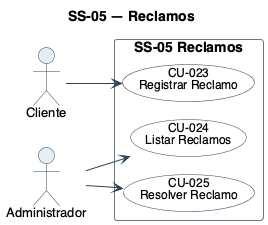
Before: diagramas/uml/CU_SS-05_Reclamos.png, a diagram exported from PlantUML (Nahuelito-Dev/splg-docs).
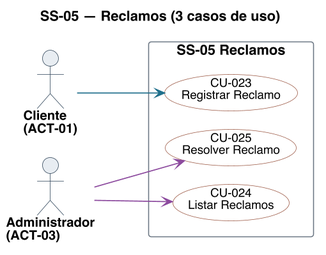
The same file after the commit.

Diff of the diagram source:
```diff
@@ -1,22 +1,23 @@
 @startuml
-!pragma layout smetana
-title SS-05 — Reclamos
+title SS-05 — Reclamos (3 casos de uso)
 left to right direction
 skinparam backgroundColor #FFFFFF
 skinparam shadowing false
 skinparam defaultFontName Helvetica
 skinparam defaultFontSize 13
+skinparam dpi 150
 skinparam ArrowColor #2C4257
+skinparam ArrowThickness 1.1
 skinparam actor {
   BorderColor #2C4257
   BackgroundColor #E8EDF2
+  FontSize 13
+  FontStyle bold
 }
 skinparam usecase {
   BorderColor #2C4257
   BackgroundColor #FFFFFF
   FontSize 12
-  BorderColor<<pendiente>> #9C4436
-  BackgroundColor<<pendiente>> #F6E4E1
 }
 skinparam rectangle {
   BorderColor #6B7683
@@ -24,16 +25,24 @@
   FontStyle bold
 }
 
-actor "Cliente" as A1
-actor "Administrador" as A3
+skinparam nodesep 18
+skinparam ranksep 70
+skinparam usecase {
+  BorderColor<<pendiente>> #9C4436
+  BackgroundColor<<pendiente>> #F6E4E1
+}
+
+actor "Cliente\n(ACT-01)" as A01
+actor "Administrador\n(ACT-03)" as A03
 
 rectangle "SS-05 Reclamos" {
-  usecase "CU-023\nRegistrar Reclamo" as U23
-  usecase "CU-024\nListar Reclamos" as U24
-  usecase "CU-025\nResolver Reclamo" as U25
+  usecase "CU-023\nRegistrar Reclamo" as U023 #back:FFFFFF;line:9C5A46
+  usecase "CU-024\nListar Reclamos" as U024 #back:FFFFFF;line:9C5A46
+  usecase "CU-025\nResolver Reclamo" as U025 #back:FFFFFF;line:9C5A46
 }
 
-A1 --> U23
-A3 --> U24
-A3 --> U25
+A01 -[#1F6F8B]-> U023
+A03 -[#8C4A9E]-> U024
+A03 -[#8C4A9E]-> U025
+
 @enduml
```
